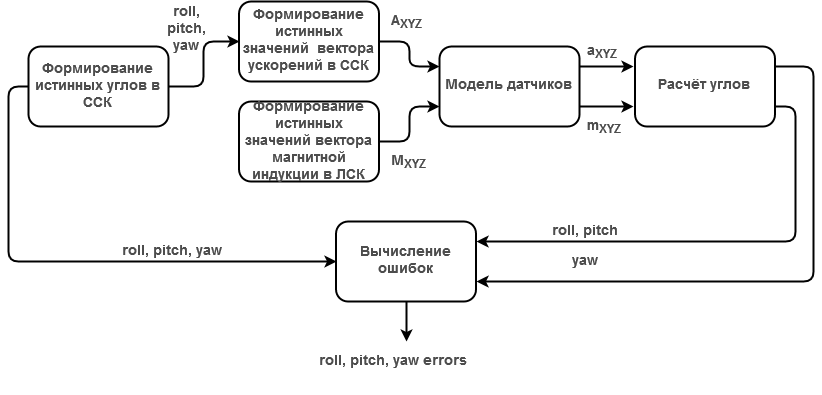
Earlier version of the draw.io export Untitled Diagram.png (DaryaMalafeeva/mems-errors). Source tidied: cells renumbered, new cells last; positions are measured from the earlier drawing's top-left corner, leaving out a move shared by most shapes.
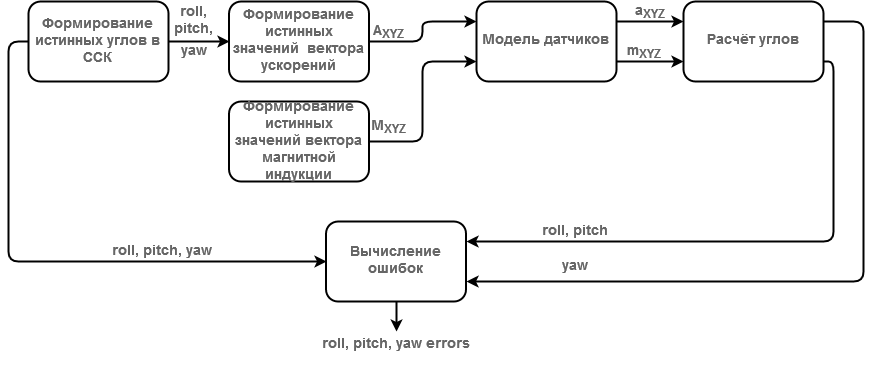
Later version of the same file.

The edit, as a diff of the source:
```diff
@@ -14,78 +14,83 @@
     <mxCell id="5" style="edgeStyle=orthogonalEdgeStyle;rounded=1;jettySize=auto;html=1;exitX=1;exitY=0.5;exitDx=0;exitDy=0;entryX=0;entryY=0.5;entryDx=0;entryDy=0;strokeColor=#000000;shadow=0;fontSize=12;strokeWidth=2;fillColor=#ffffff;glass=0;" parent="1" edge="1" source="6" target="26">
       <mxGeometry relative="1" as="geometry" />
     </mxCell>
-    <mxCell id="6" value="&lt;font style=&quot;font-size: 14px&quot; color=&quot;#4D4D4D&quot;&gt;&lt;b&gt;Формирование истинных углов в ССК &lt;/b&gt;&lt;/font&gt;" style="rounded=1;whiteSpace=wrap;html=1;glass=0;shadow=0;strokeColor=#000000;strokeWidth=2;" parent="1" vertex="1">
-      <mxGeometry y="45" width="140" height="80" as="geometry" />
+    <mxCell id="6" value="&lt;font style=&quot;font-size: 14px&quot; color=&quot;#666666&quot;&gt;&lt;b&gt;Формирование истинных углов в ССК &lt;/b&gt;&lt;/font&gt;" style="rounded=1;whiteSpace=wrap;html=1;glass=0;shadow=0;strokeColor=#000000;strokeWidth=2;" parent="1" vertex="1">
+      <mxGeometry x="10" width="140" height="80" as="geometry" />
     </mxCell>
-    <mxCell id="7" style="edgeStyle=orthogonalEdgeStyle;rounded=1;jettySize=auto;html=1;exitX=1;exitY=0.25;exitDx=0;exitDy=0;strokeColor=#000000;shadow=0;fontSize=12;strokeWidth=2;fillColor=#ffffff;glass=0;" parent="1" edge="1" source="9">
-      <mxGeometry relative="1" as="geometry">
-        <mxPoint x="605" y="65" as="targetPoint" />
-      </mxGeometry>
-    </mxCell>
-    <mxCell id="8" style="edgeStyle=orthogonalEdgeStyle;rounded=1;jettySize=auto;html=1;exitX=1;exitY=0.75;exitDx=0;exitDy=0;strokeColor=#000000;shadow=0;fontSize=12;strokeWidth=2;fillColor=#ffffff;glass=0;" parent="1" edge="1" source="9">
-      <mxGeometry relative="1" as="geometry">
-        <mxPoint x="605" y="105" as="targetPoint" />
-      </mxGeometry>
-    </mxCell>
+    <mxCell id="27" style="edgeStyle=orthogonalEdgeStyle;rounded=1;jettySize=auto;html=1;exitX=1;exitY=0.25;exitDx=0;exitDy=0;entryX=0;entryY=0.25;entryDx=0;entryDy=0;shadow=0;fontSize=12;strokeWidth=2;fillColor=#ffffff;glass=0;" parent="1" edge="1" source="9" target="12">
+      <mxGeometry relative="1" as="geometry" />
+    </mxCell>
+    <mxCell id="28" style="edgeStyle=orthogonalEdgeStyle;rounded=1;jettySize=auto;html=1;exitX=1;exitY=0.75;exitDx=0;exitDy=0;shadow=0;fontSize=12;strokeWidth=2;fillColor=#ffffff;glass=0;entryX=0;entryY=0.75;entryDx=0;entryDy=0;" parent="1" edge="1" source="9" target="12">
+      <mxGeometry relative="1" as="geometry" />
+    </mxCell>
-    <mxCell id="9" value="&lt;font style=&quot;font-size: 14px&quot; color=&quot;#4D4D4D&quot;&gt;&lt;b&gt;Модель датчиков&lt;br&gt;&lt;/b&gt;&lt;/font&gt;" style="rounded=1;whiteSpace=wrap;html=1;shadow=0;strokeColor=#000000;glass=0;strokeWidth=2;" parent="1" vertex="1">
-      <mxGeometry x="411" y="45" width="140" height="80" as="geometry" />
+    <mxCell id="9" value="&lt;font style=&quot;font-size: 14px&quot; color=&quot;#666666&quot;&gt;&lt;b&gt;Модель датчиков&lt;br&gt;&lt;/b&gt;&lt;/font&gt;" style="rounded=1;whiteSpace=wrap;html=1;shadow=0;strokeColor=#000000;glass=0;strokeWidth=2;" parent="1" vertex="1">
+      <mxGeometry x="458" width="140" height="80" as="geometry" />
     </mxCell>
-    <mxCell id="10" style="edgeStyle=orthogonalEdgeStyle;rounded=1;jettySize=auto;html=1;exitX=1;exitY=0.75;exitDx=0;exitDy=0;entryX=1;entryY=0.25;entryDx=0;entryDy=0;strokeColor=#000000;strokeWidth=2;shadow=0;fontSize=12;fillColor=#ffffff;glass=0;" parent="1" edge="1" source="12" target="14">
-      <mxGeometry relative="1" as="geometry" />
-    </mxCell>
-    <mxCell id="11" style="edgeStyle=orthogonalEdgeStyle;rounded=1;jettySize=auto;html=1;exitX=1;exitY=0.25;exitDx=0;exitDy=0;entryX=1;entryY=0.75;entryDx=0;entryDy=0;strokeColor=#000000;shadow=0;fontSize=12;strokeWidth=2;fillColor=#ffffff;glass=0;" parent="1" edge="1" source="12" target="14">
-      <mxGeometry relative="1" as="geometry">
-        <Array as="points">
-          <mxPoint x="785" y="65" />
-          <mxPoint x="785" y="280" />
-        </Array>
-      </mxGeometry>
-    </mxCell>
+    <mxCell id="29" style="edgeStyle=orthogonalEdgeStyle;rounded=1;jettySize=auto;html=1;exitX=1;exitY=0.25;exitDx=0;exitDy=0;entryX=1;entryY=0.75;entryDx=0;entryDy=0;shadow=0;fontSize=12;strokeWidth=2;fillColor=#ffffff;glass=0;" parent="1" edge="1" source="12" target="14">
+      <mxGeometry relative="1" as="geometry">
+        <Array as="points">
+          <mxPoint x="845" y="20" />
+          <mxPoint x="845" y="280" />
+        </Array>
+      </mxGeometry>
+    </mxCell>
+    <mxCell id="30" style="edgeStyle=orthogonalEdgeStyle;rounded=1;jettySize=auto;html=1;exitX=1;exitY=0.75;exitDx=0;exitDy=0;entryX=1;entryY=0.25;entryDx=0;entryDy=0;shadow=0;fontSize=12;strokeWidth=2;fillColor=#ffffff;glass=0;" parent="1" edge="1" source="12" target="14">
+      <mxGeometry relative="1" as="geometry">
+        <Array as="points">
+          <mxPoint x="815" y="60" />
+          <mxPoint x="815" y="240" />
+        </Array>
+      </mxGeometry>
+    </mxCell>
-    <mxCell id="12" value="&lt;font style=&quot;font-size: 14px&quot; color=&quot;#4D4D4D&quot;&gt;&lt;b&gt;Расчёт углов&lt;br&gt;&lt;/b&gt;&lt;/font&gt;" style="rounded=1;whiteSpace=wrap;html=1;shadow=0;strokeColor=#000000;glass=0;strokeWidth=2;" parent="1" vertex="1">
-      <mxGeometry x="606.5" y="45" width="140" height="80" as="geometry" />
+    <mxCell id="12" value="&lt;font style=&quot;font-size: 14px&quot; color=&quot;#666666&quot;&gt;&lt;b&gt;Расчёт углов&lt;br&gt;&lt;/b&gt;&lt;/font&gt;" style="rounded=1;whiteSpace=wrap;html=1;shadow=0;strokeColor=#000000;glass=0;strokeWidth=2;" parent="1" vertex="1">
+      <mxGeometry x="665" width="140" height="80" as="geometry" />
     </mxCell>
     <mxCell id="13" style="edgeStyle=orthogonalEdgeStyle;rounded=1;jettySize=auto;html=1;exitX=0.5;exitY=1;exitDx=0;exitDy=0;strokeColor=#000000;strokeWidth=2;shadow=0;fontSize=12;fillColor=#ffffff;glass=0;" parent="1" edge="1" source="14">
       <mxGeometry relative="1" as="geometry">
-        <mxPoint x="378" y="340" as="targetPoint" />
+        <mxPoint x="378" y="330" as="targetPoint" />
+        <Array as="points">
+          <mxPoint x="378" y="330" />
+          <mxPoint x="378" y="330" />
+        </Array>
       </mxGeometry>
     </mxCell>
-    <mxCell id="14" value="&lt;font style=&quot;font-size: 14px&quot; color=&quot;#4D4D4D&quot;&gt;&lt;b&gt;Вычисление ошибок&lt;br&gt;&lt;/b&gt;&lt;/font&gt;" style="rounded=1;whiteSpace=wrap;html=1;shadow=0;strokeColor=#000000;glass=0;strokeWidth=2;" parent="1" vertex="1">
+    <mxCell id="14" value="&lt;font style=&quot;font-size: 14px&quot; color=&quot;#666666&quot;&gt;&lt;b&gt;Вычисление ошибок&lt;br&gt;&lt;/b&gt;&lt;/font&gt;" style="rounded=1;whiteSpace=wrap;html=1;shadow=0;strokeColor=#000000;glass=0;strokeWidth=2;" parent="1" vertex="1">
       <mxGeometry x="307.5" y="220" width="140" height="80" as="geometry" />
     </mxCell>
-    <mxCell id="15" value="&lt;font style=&quot;font-size: 14px&quot; color=&quot;#4D4D4D&quot;&gt;&lt;b&gt;roll, pitch,&lt;/b&gt;&lt;/font&gt;" style="text;html=1;strokeColor=none;fillColor=none;align=center;verticalAlign=middle;whiteSpace=wrap;rounded=0;shadow=1;glass=0;comic=0;" parent="1" vertex="1">
-      <mxGeometry x="142.5" width="30" height="40" as="geometry" />
+    <mxCell id="15" value="&lt;font style=&quot;font-size: 14px&quot; color=&quot;#666666&quot;&gt;&lt;b&gt;roll, pitch,&lt;/b&gt;&lt;/font&gt;" style="text;html=1;strokeColor=none;fillColor=none;align=center;verticalAlign=middle;whiteSpace=wrap;rounded=0;shadow=1;glass=0;comic=0;" parent="1" vertex="1">
+      <mxGeometry x="160" width="30" height="40" as="geometry" />
     </mxCell>
-    <mxCell id="16" value="&lt;font style=&quot;font-size: 14px&quot; color=&quot;#4D4D4D&quot;&gt;&lt;b&gt;A&lt;sub&gt;XYZ&lt;/sub&gt;&lt;/b&gt;&lt;/font&gt;" style="text;html=1;align=left;verticalAlign=top;spacingTop=-4;" parent="1" vertex="1">
-      <mxGeometry x="361" y="10" width="50" height="20" as="geometry" />
+    <mxCell id="16" value="&lt;font style=&quot;font-size: 14px&quot; color=&quot;#666666&quot;&gt;&lt;b&gt;A&lt;sub&gt;XYZ&lt;/sub&gt;&lt;/b&gt;&lt;/font&gt;" style="text;html=1;align=left;verticalAlign=top;spacingTop=-4;" parent="1" vertex="1">
+      <mxGeometry x="352.5" y="20" width="50" height="20" as="geometry" />
     </mxCell>
-    <mxCell id="17" value="&lt;font style=&quot;font-size: 14px&quot; color=&quot;#4D4D4D&quot;&gt;&lt;b&gt;M&lt;sub&gt;XYZ&lt;/sub&gt;&lt;/b&gt;&lt;/font&gt;" style="text;html=1;align=left;verticalAlign=top;spacingTop=-4;" parent="1" vertex="1">
-      <mxGeometry x="361" y="150" width="50" height="20" as="geometry" />
+    <mxCell id="17" value="&lt;font style=&quot;font-size: 14px&quot; color=&quot;#666666&quot;&gt;&lt;b&gt;M&lt;sub&gt;XYZ&lt;/sub&gt;&lt;/b&gt;&lt;/font&gt;" style="text;html=1;align=left;verticalAlign=top;spacingTop=-4;" parent="1" vertex="1">
+      <mxGeometry x="350.5" y="115" width="50" height="20" as="geometry" />
     </mxCell>
-    <mxCell id="18" value="&lt;font style=&quot;font-size: 14px&quot; color=&quot;#4D4D4D&quot;&gt;&lt;b&gt;a&lt;sub&gt;XYZ&lt;/sub&gt;&lt;/b&gt;&lt;/font&gt;" style="text;html=1;align=left;verticalAlign=top;spacingTop=-4;" parent="1" vertex="1">
-      <mxGeometry x="556.5" y="40" width="50" height="20" as="geometry" />
+    <mxCell id="18" value="&lt;font style=&quot;font-size: 14px&quot; color=&quot;#666666&quot;&gt;&lt;b&gt;a&lt;sub&gt;XYZ&lt;/sub&gt;&lt;/b&gt;&lt;/font&gt;" style="text;html=1;align=left;verticalAlign=top;spacingTop=-4;" parent="1" vertex="1">
+      <mxGeometry x="615" width="50" height="20" as="geometry" />
     </mxCell>
-    <mxCell id="19" value="&lt;font style=&quot;font-size: 14px&quot; color=&quot;#4D4D4D&quot;&gt;&lt;b&gt;m&lt;sub&gt;XYZ&lt;/sub&gt;&lt;/b&gt;&lt;/font&gt;" style="text;html=1;align=left;verticalAlign=top;spacingTop=-4;" parent="1" vertex="1">
-      <mxGeometry x="556.5" y="115" width="50" height="20" as="geometry" />
+    <mxCell id="19" value="&lt;font style=&quot;font-size: 14px&quot; color=&quot;#666666&quot;&gt;&lt;b&gt;m&lt;sub&gt;XYZ&lt;/sub&gt;&lt;/b&gt;&lt;/font&gt;" style="text;html=1;align=left;verticalAlign=top;spacingTop=-4;" parent="1" vertex="1">
+      <mxGeometry x="606.5" y="40" width="50" height="20" as="geometry" />
     </mxCell>
-    <mxCell id="20" value="&lt;font style=&quot;font-size: 14px&quot; color=&quot;#4D4D4D&quot;&gt;&lt;b&gt;roll, pitch&lt;br&gt;&lt;/b&gt;&lt;/font&gt;" style="text;html=1;strokeColor=none;fillColor=none;align=center;verticalAlign=middle;whiteSpace=wrap;rounded=0;shadow=1;glass=0;comic=0;" parent="1" vertex="1">
+    <mxCell id="20" value="&lt;font style=&quot;font-size: 14px&quot; color=&quot;#666666&quot;&gt;&lt;b&gt;roll, pitch&lt;br&gt;&lt;/b&gt;&lt;/font&gt;" style="text;html=1;strokeColor=none;fillColor=none;align=center;verticalAlign=middle;whiteSpace=wrap;rounded=0;shadow=1;glass=0;comic=0;" parent="1" vertex="1">
       <mxGeometry x="515" y="200" width="83" height="60" as="geometry" />
     </mxCell>
-    <mxCell id="21" value="&lt;font style=&quot;font-size: 14px&quot; color=&quot;#4D4D4D&quot;&gt;&lt;b&gt;yaw&lt;br&gt;&lt;/b&gt;&lt;/font&gt;" style="text;html=1;strokeColor=none;fillColor=none;align=center;verticalAlign=middle;whiteSpace=wrap;rounded=0;shadow=1;glass=0;comic=0;" parent="1" vertex="1">
-      <mxGeometry x="524" y="245" width="65" height="30" as="geometry" />
+    <mxCell id="21" value="&lt;font style=&quot;font-size: 14px&quot; color=&quot;#666666&quot;&gt;&lt;b&gt;yaw&lt;br&gt;&lt;/b&gt;&lt;/font&gt;" style="text;html=1;strokeColor=none;fillColor=none;align=center;verticalAlign=middle;whiteSpace=wrap;rounded=0;shadow=1;glass=0;comic=0;" parent="1" vertex="1">
+      <mxGeometry x="524" y="250" width="65" height="30" as="geometry" />
     </mxCell>
-    <mxCell id="22" value="&lt;font style=&quot;font-size: 14px&quot; color=&quot;#4D4D4D&quot;&gt;&lt;b&gt;roll, pitch, yaw&lt;/b&gt;&lt;/font&gt;" style="text;html=1;strokeColor=none;fillColor=none;align=center;verticalAlign=middle;whiteSpace=wrap;rounded=0;shadow=1;glass=0;comic=0;" parent="1" vertex="1">
+    <mxCell id="22" value="&lt;font style=&quot;font-size: 14px&quot; color=&quot;#666666&quot;&gt;&lt;b&gt;roll, pitch, yaw&lt;/b&gt;&lt;/font&gt;" style="text;html=1;strokeColor=none;fillColor=none;align=center;verticalAlign=middle;whiteSpace=wrap;rounded=0;shadow=1;glass=0;comic=0;" parent="1" vertex="1">
       <mxGeometry x="85" y="220" width="115" height="60" as="geometry" />
     </mxCell>
-    <mxCell id="23" value="&lt;font style=&quot;font-size: 14px&quot; color=&quot;#4D4D4D&quot;&gt;&lt;b&gt;roll, pitch, yaw errors&lt;br&gt;&lt;/b&gt;&lt;/font&gt;" style="text;html=1;strokeColor=none;fillColor=none;align=center;verticalAlign=middle;whiteSpace=wrap;rounded=0;shadow=1;glass=0;comic=0;" parent="1" vertex="1">
-      <mxGeometry x="282.5" y="330" width="165" height="60" as="geometry" />
+    <mxCell id="23" value="&lt;font style=&quot;font-size: 14px&quot; color=&quot;#666666&quot;&gt;&lt;b&gt;roll, pitch, yaw errors&lt;br&gt;&lt;/b&gt;&lt;/font&gt;" style="text;html=1;strokeColor=none;fillColor=none;align=center;verticalAlign=middle;whiteSpace=wrap;rounded=0;shadow=1;glass=0;comic=0;" parent="1" vertex="1">
+      <mxGeometry x="295" y="313" width="165" height="60" as="geometry" />
     </mxCell>
-    <mxCell id="24" value="&lt;font style=&quot;font-size: 14px&quot; color=&quot;#4D4D4D&quot;&gt;&lt;b&gt;&amp;nbsp;yaw&lt;/b&gt;&lt;/font&gt;" style="text;html=1;strokeColor=none;fillColor=none;align=center;verticalAlign=middle;whiteSpace=wrap;rounded=0;shadow=1;glass=0;comic=0;" parent="1" vertex="1">
-      <mxGeometry x="137.5" y="35" width="35" height="20" as="geometry" />
+    <mxCell id="24" value="&lt;font style=&quot;font-size: 14px&quot; color=&quot;#666666&quot;&gt;&lt;b&gt;&amp;nbsp;yaw&lt;/b&gt;&lt;/font&gt;" style="text;html=1;strokeColor=none;fillColor=none;align=center;verticalAlign=middle;whiteSpace=wrap;rounded=0;shadow=1;glass=0;comic=0;" parent="1" vertex="1">
+      <mxGeometry x="155" y="40" width="35" height="20" as="geometry" />
     </mxCell>
-    <mxCell id="25" value="&lt;font style=&quot;font-size: 14px&quot; color=&quot;#4D4D4D&quot;&gt;&lt;b&gt;Формирование истинных значений вектора магнитной индукции в ЛСК &lt;/b&gt;&lt;/font&gt;" style="rounded=1;whiteSpace=wrap;html=1;comic=0;shadow=0;strokeColor=#000000;glass=0;strokeWidth=2;" parent="1" vertex="1">
+    <mxCell id="25" value="&lt;font style=&quot;font-size: 14px&quot; color=&quot;#666666&quot;&gt;&lt;b&gt;Формирование истинных значений вектора магнитной индукции &lt;/b&gt;&lt;/font&gt;" style="rounded=1;whiteSpace=wrap;html=1;comic=0;shadow=0;strokeColor=#000000;glass=0;strokeWidth=2;" parent="1" vertex="1">
       <mxGeometry x="210.5" y="100" width="140" height="80" as="geometry" />
     </mxCell>
-    <mxCell id="26" value="&lt;font style=&quot;font-size: 14px&quot; color=&quot;#4D4D4D&quot;&gt;&lt;b&gt;Формирование истинных значений&amp;nbsp; вектора ускорений в ССК &lt;/b&gt;&lt;/font&gt;" style="rounded=1;whiteSpace=wrap;html=1;comic=0;shadow=0;strokeColor=#000000;glass=0;strokeWidth=2;" parent="1" vertex="1">
+    <mxCell id="26" value="&lt;font style=&quot;font-size: 14px&quot; color=&quot;#666666&quot;&gt;&lt;b&gt;Формирование истинных значений&amp;nbsp; вектора ускорений &lt;/b&gt;&lt;/font&gt;" style="rounded=1;whiteSpace=wrap;html=1;comic=0;shadow=0;strokeColor=#000000;glass=0;strokeWidth=2;" parent="1" vertex="1">
       <mxGeometry x="210.5" width="140" height="80" as="geometry" />
     </mxCell>
   </root>
```
